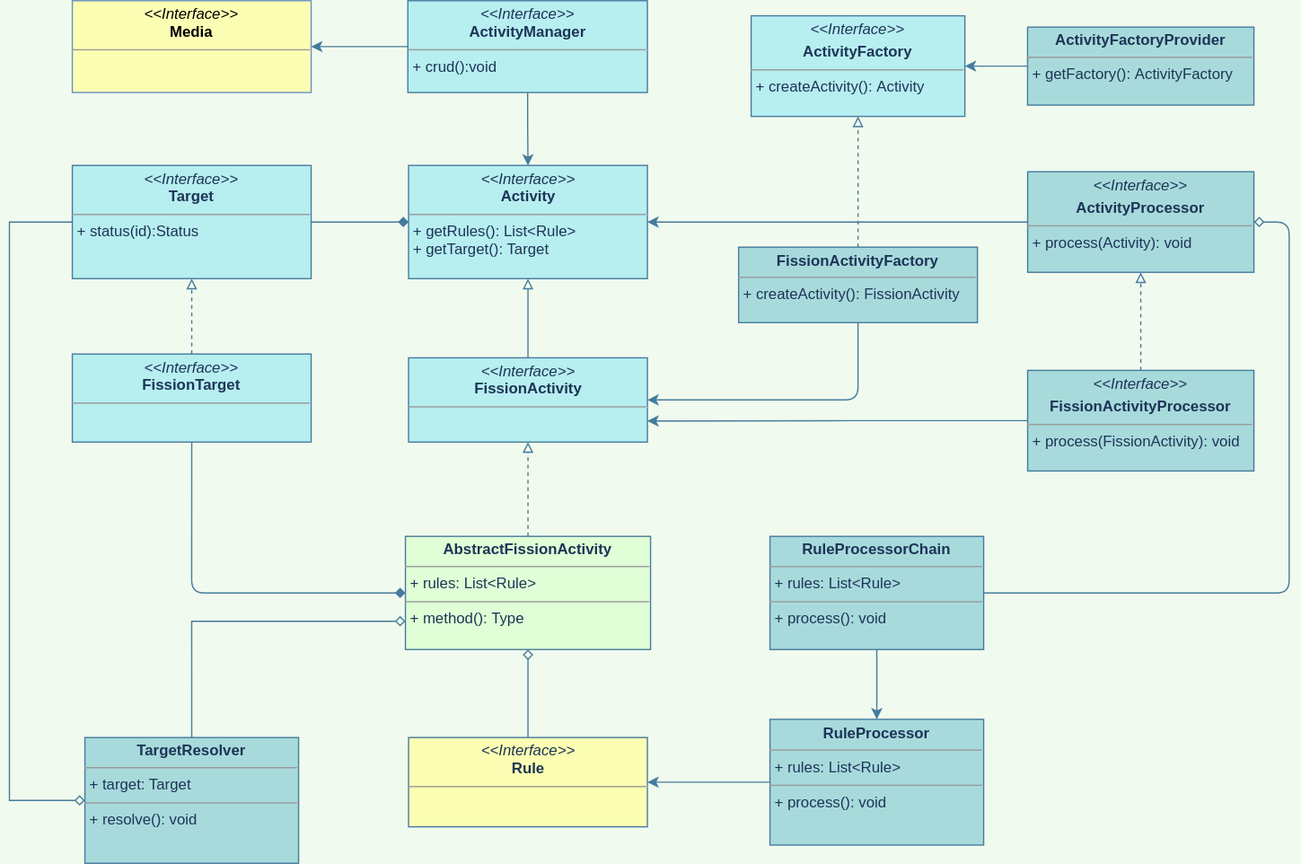
Before: fission activity.svg, a diagram exported from draw.io (jingwux/diagrams). Source tidied: cells renumbered, new cells last; positions are measured from the earlier drawing's top-left corner, leaving out a move shared by most shapes.
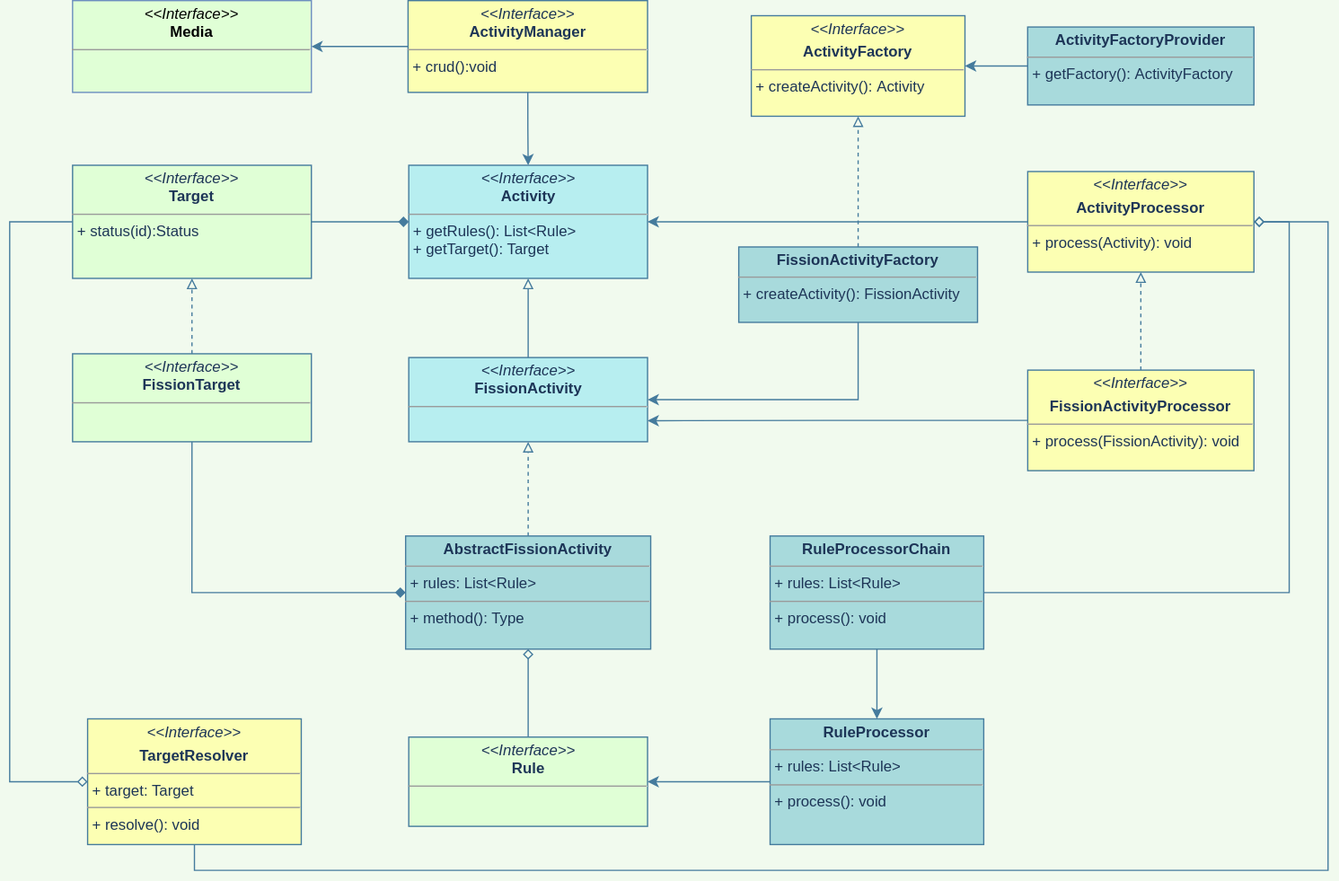
The same file after the commit.

Diff of the diagram source:
```diff
@@ -19,3 +19,3 @@
     </mxCell>
-    <mxCell id="7" style="edgeStyle=orthogonalEdgeStyle;rounded=1;jettySize=auto;html=1;entryX=0.5;entryY=1;entryDx=0;entryDy=0;endArrow=none;endFill=0;strokeColor=#457B9D;fontColor=#1D3557;startArrow=diamond;startFill=1;exitX=0;exitY=0.5;exitDx=0;exitDy=0;labelBackgroundColor=#F1FAEE;" parent="1" edge="1" source="11" target="13">
+    <mxCell id="7" style="edgeStyle=orthogonalEdgeStyle;rounded=0;jettySize=auto;html=1;entryX=0.5;entryY=1;entryDx=0;entryDy=0;endArrow=none;endFill=0;strokeColor=#457B9D;fontColor=#1D3557;startArrow=diamond;startFill=1;exitX=0;exitY=0.5;exitDx=0;exitDy=0;labelBackgroundColor=#F1FAEE;" parent="1" edge="1" source="11" target="13">
       <mxGeometry relative="1" as="geometry">
@@ -29,3 +29,3 @@
     </mxCell>
-    <mxCell id="9" style="edgeStyle=orthogonalEdgeStyle;rounded=1;jettySize=auto;html=1;exitX=1;exitY=0.5;exitDx=0;exitDy=0;entryX=1;entryY=0.5;entryDx=0;entryDy=0;fontColor=#1D3557;startArrow=diamond;startFill=0;endArrow=none;endFill=0;strokeColor=#457B9D;labelBackgroundColor=#F1FAEE;" parent="1" edge="1" source="27" target="20">
+    <mxCell id="9" style="edgeStyle=orthogonalEdgeStyle;rounded=0;jettySize=auto;html=1;exitX=1;exitY=0.5;exitDx=0;exitDy=0;entryX=1;entryY=0.5;entryDx=0;entryDy=0;fontColor=#1D3557;startArrow=diamond;startFill=0;endArrow=none;endFill=0;strokeColor=#457B9D;labelBackgroundColor=#F1FAEE;" parent="1" edge="1" source="27" target="20">
       <mxGeometry relative="1" as="geometry">
@@ -37,6 +37,12 @@
     </mxCell>
-    <mxCell id="10" style="edgeStyle=orthogonalEdgeStyle;rounded=0;jettySize=auto;html=1;exitX=0;exitY=0.75;exitDx=0;exitDy=0;entryX=0.5;entryY=0;entryDx=0;entryDy=0;startArrow=diamond;startFill=0;endArrow=none;endFill=0;strokeColor=#457B9D;fontColor=#1D3557;labelBackgroundColor=#F1FAEE;" parent="1" edge="1" source="11" target="25">
-      <mxGeometry relative="1" as="geometry" />
+    <mxCell id="10" style="edgeStyle=orthogonalEdgeStyle;rounded=0;jettySize=auto;html=1;exitX=1;exitY=0.5;exitDx=0;exitDy=0;entryX=0.5;entryY=1;entryDx=0;entryDy=0;startArrow=diamond;startFill=0;endArrow=none;endFill=0;strokeColor=#457B9D;fontColor=#1D3557;labelBackgroundColor=#F1FAEE;" parent="1" edge="1" source="27" target="25">
+      <mxGeometry relative="1" as="geometry">
+        <Array as="points">
+          <mxPoint x="1049" y="176" />
+          <mxPoint x="1049" y="692" />
+          <mxPoint x="147" y="692" />
+        </Array>
+      </mxGeometry>
     </mxCell>
-    <mxCell id="11" value="&lt;p style=&quot;margin: 0px ; margin-top: 4px ; text-align: center&quot;&gt;&lt;b&gt;AbstractFissionActivity&lt;/b&gt;&lt;/p&gt;&lt;hr size=&quot;1&quot;&gt;&lt;p style=&quot;margin: 0px ; margin-left: 4px&quot;&gt;+ rules: List&amp;lt;Rule&amp;gt;&lt;/p&gt;&lt;hr size=&quot;1&quot;&gt;&lt;p style=&quot;margin: 0px ; margin-left: 4px&quot;&gt;+ method(): Type&lt;/p&gt;" style="verticalAlign=top;align=left;overflow=fill;fontSize=12;fontFamily=Helvetica;html=1;strokeColor=#457B9D;fontColor=#1D3557;fillColor=#E0FFD6;" parent="1" vertex="1">
+    <mxCell id="11" value="&lt;p style=&quot;margin: 0px ; margin-top: 4px ; text-align: center&quot;&gt;&lt;b&gt;AbstractFissionActivity&lt;/b&gt;&lt;/p&gt;&lt;hr size=&quot;1&quot;&gt;&lt;p style=&quot;margin: 0px ; margin-left: 4px&quot;&gt;+ rules: List&amp;lt;Rule&amp;gt;&lt;/p&gt;&lt;hr size=&quot;1&quot;&gt;&lt;p style=&quot;margin: 0px ; margin-left: 4px&quot;&gt;+ method(): Type&lt;/p&gt;" style="verticalAlign=top;align=left;overflow=fill;fontSize=12;fontFamily=Helvetica;html=1;strokeColor=#457B9D;fontColor=#1D3557;fillColor=#A8DADC;" parent="1" vertex="1">
       <mxGeometry x="315" y="426" width="195" height="90" as="geometry" />
@@ -46,6 +52,6 @@
     </mxCell>
-    <mxCell id="13" value="&lt;p style=&quot;margin: 0px ; margin-top: 4px ; text-align: center&quot;&gt;&lt;i&gt;&amp;lt;&amp;lt;Interface&amp;gt;&amp;gt;&lt;/i&gt;&lt;br&gt;&lt;b&gt;FissionTarget&lt;/b&gt;&lt;/p&gt;&lt;hr size=&quot;1&quot;&gt;&lt;p style=&quot;margin: 0px ; margin-left: 4px&quot;&gt;&lt;/p&gt;&lt;p style=&quot;margin: 0px ; margin-left: 4px&quot;&gt;&lt;br&gt;&lt;/p&gt;" style="verticalAlign=top;align=left;overflow=fill;fontSize=12;fontFamily=Helvetica;html=1;strokeColor=#457B9D;fontColor=#1D3557;rounded=0;glass=0;sketch=0;fillColor=#B7EEF0;" parent="1" vertex="1">
+    <mxCell id="13" value="&lt;p style=&quot;margin: 0px ; margin-top: 4px ; text-align: center&quot;&gt;&lt;i&gt;&amp;lt;&amp;lt;Interface&amp;gt;&amp;gt;&lt;/i&gt;&lt;br&gt;&lt;b&gt;FissionTarget&lt;/b&gt;&lt;/p&gt;&lt;hr size=&quot;1&quot;&gt;&lt;p style=&quot;margin: 0px ; margin-left: 4px&quot;&gt;&lt;/p&gt;&lt;p style=&quot;margin: 0px ; margin-left: 4px&quot;&gt;&lt;br&gt;&lt;/p&gt;" style="verticalAlign=top;align=left;overflow=fill;fontSize=12;fontFamily=Helvetica;html=1;strokeColor=#457B9D;fontColor=#1D3557;rounded=0;glass=0;sketch=0;fillColor=#E0FFD6;" parent="1" vertex="1">
       <mxGeometry x="50" y="281" width="190" height="70" as="geometry" />
     </mxCell>
-    <mxCell id="14" style="edgeStyle=orthogonalEdgeStyle;rounded=1;jettySize=auto;html=1;entryX=1;entryY=0.5;entryDx=0;entryDy=0;fontColor=#1D3557;startArrow=none;startFill=0;endArrow=classic;endFill=1;strokeColor=#457B9D;labelBackgroundColor=#F1FAEE;exitX=0.5;exitY=1;exitDx=0;exitDy=0;" parent="1" edge="1" source="16" target="3">
+    <mxCell id="14" style="edgeStyle=orthogonalEdgeStyle;rounded=0;jettySize=auto;html=1;entryX=1;entryY=0.5;entryDx=0;entryDy=0;fontColor=#1D3557;startArrow=none;startFill=0;endArrow=classic;endFill=1;strokeColor=#457B9D;labelBackgroundColor=#F1FAEE;exitX=0.5;exitY=1;exitDx=0;exitDy=0;" parent="1" edge="1" source="16" target="3">
       <mxGeometry relative="1" as="geometry">
@@ -62,6 +68,6 @@
     </mxCell>
-    <mxCell id="17" value="&lt;p style=&quot;margin: 0px ; margin-top: 4px ; text-align: center&quot;&gt;&lt;i&gt;&amp;lt;&amp;lt;Interface&amp;gt;&amp;gt;&lt;/i&gt;&lt;br&gt;&lt;b&gt;Target&lt;/b&gt;&lt;/p&gt;&lt;hr size=&quot;1&quot;&gt;&lt;p style=&quot;margin: 0px ; margin-left: 4px&quot;&gt;&lt;/p&gt;&lt;p style=&quot;margin: 0px ; margin-left: 4px&quot;&gt;+ status(id):Status&lt;/p&gt;" style="verticalAlign=top;align=left;overflow=fill;fontSize=12;fontFamily=Helvetica;html=1;fontColor=#1D3557;rounded=0;glass=0;sketch=0;strokeColor=#457B9D;fillColor=#B7EEF0;" parent="1" vertex="1">
+    <mxCell id="17" value="&lt;p style=&quot;margin: 0px ; margin-top: 4px ; text-align: center&quot;&gt;&lt;i&gt;&amp;lt;&amp;lt;Interface&amp;gt;&amp;gt;&lt;/i&gt;&lt;br&gt;&lt;b&gt;Target&lt;/b&gt;&lt;/p&gt;&lt;hr size=&quot;1&quot;&gt;&lt;p style=&quot;margin: 0px ; margin-left: 4px&quot;&gt;&lt;/p&gt;&lt;p style=&quot;margin: 0px ; margin-left: 4px&quot;&gt;+ status(id):Status&lt;/p&gt;" style="verticalAlign=top;align=left;overflow=fill;fontSize=12;fontFamily=Helvetica;html=1;fontColor=#1D3557;rounded=0;glass=0;sketch=0;strokeColor=#457B9D;fillColor=#E0FFD6;" parent="1" vertex="1">
       <mxGeometry x="50" y="131" width="190" height="90" as="geometry" />
     </mxCell>
-    <mxCell id="18" value="&lt;p style=&quot;margin: 0px ; margin-top: 4px ; text-align: center&quot;&gt;&lt;i&gt;&amp;lt;&amp;lt;Interface&amp;gt;&amp;gt;&lt;/i&gt;&lt;br&gt;&lt;b&gt;Rule&lt;/b&gt;&lt;/p&gt;&lt;hr size=&quot;1&quot;&gt;&lt;p style=&quot;margin: 0px ; margin-left: 4px&quot;&gt;&lt;/p&gt;&lt;p style=&quot;margin: 0px ; margin-left: 4px&quot;&gt;&lt;br&gt;&lt;/p&gt;" style="verticalAlign=top;align=left;overflow=fill;fontSize=12;fontFamily=Helvetica;html=1;strokeColor=#457B9D;fontColor=#1D3557;rounded=0;glass=0;sketch=0;fillColor=#FCFFB3;" parent="1" vertex="1">
+    <mxCell id="18" value="&lt;p style=&quot;margin: 0px ; margin-top: 4px ; text-align: center&quot;&gt;&lt;i&gt;&amp;lt;&amp;lt;Interface&amp;gt;&amp;gt;&lt;/i&gt;&lt;br&gt;&lt;b&gt;Rule&lt;/b&gt;&lt;/p&gt;&lt;hr size=&quot;1&quot;&gt;&lt;p style=&quot;margin: 0px ; margin-left: 4px&quot;&gt;&lt;/p&gt;&lt;p style=&quot;margin: 0px ; margin-left: 4px&quot;&gt;&lt;br&gt;&lt;/p&gt;" style="verticalAlign=top;align=left;overflow=fill;fontSize=12;fontFamily=Helvetica;html=1;strokeColor=#457B9D;fontColor=#1D3557;rounded=0;glass=0;sketch=0;fillColor=#E0FFD6;" parent="1" vertex="1">
       <mxGeometry x="317.5" y="586" width="190" height="71" as="geometry" />
@@ -74,3 +80,3 @@
     </mxCell>
-    <mxCell id="21" value="&lt;p style=&quot;margin: 0px ; margin-top: 4px ; text-align: center&quot;&gt;&lt;i&gt;&amp;lt;&amp;lt;Interface&amp;gt;&amp;gt;&lt;/i&gt;&lt;br&gt;&lt;b&gt;Media&lt;/b&gt;&lt;/p&gt;&lt;hr size=&quot;1&quot;&gt;&lt;p style=&quot;margin: 0px ; margin-left: 4px&quot;&gt;&lt;/p&gt;&lt;p style=&quot;margin: 0px ; margin-left: 4px&quot;&gt;&lt;br&gt;&lt;/p&gt;" style="verticalAlign=top;align=left;overflow=fill;fontSize=12;fontFamily=Helvetica;html=1;strokeColor=#6c8ebf;sketch=0;fillColor=#FCFFB3;" parent="1" vertex="1">
+    <mxCell id="21" value="&lt;p style=&quot;margin: 0px ; margin-top: 4px ; text-align: center&quot;&gt;&lt;i&gt;&amp;lt;&amp;lt;Interface&amp;gt;&amp;gt;&lt;/i&gt;&lt;br&gt;&lt;b&gt;Media&lt;/b&gt;&lt;/p&gt;&lt;hr size=&quot;1&quot;&gt;&lt;p style=&quot;margin: 0px ; margin-left: 4px&quot;&gt;&lt;/p&gt;&lt;p style=&quot;margin: 0px ; margin-left: 4px&quot;&gt;&lt;br&gt;&lt;/p&gt;" style="verticalAlign=top;align=left;overflow=fill;fontSize=12;fontFamily=Helvetica;html=1;strokeColor=#6c8ebf;sketch=0;fillColor=#E0FFD6;" parent="1" vertex="1">
       <mxGeometry x="50" width="190" height="73" as="geometry" />
@@ -86,3 +92,3 @@
         <Array as="points">
-          <mxPoint y="636" />
+          <mxPoint y="622" />
           <mxPoint y="176" />
@@ -91,4 +97,4 @@
     </mxCell>
-    <mxCell id="25" value="&lt;p style=&quot;margin: 0px ; margin-top: 4px ; text-align: center&quot;&gt;&lt;b&gt;TargetResolver&lt;/b&gt;&lt;br&gt;&lt;/p&gt;&lt;hr size=&quot;1&quot;&gt;&lt;p style=&quot;margin: 0px ; margin-left: 4px&quot;&gt;+ target: Target&lt;/p&gt;&lt;hr size=&quot;1&quot;&gt;&lt;p style=&quot;margin: 0px ; margin-left: 4px&quot;&gt;+ resolve(): void&lt;/p&gt;" style="verticalAlign=top;align=left;overflow=fill;fontSize=12;fontFamily=Helvetica;html=1;rounded=0;fontColor=#1D3557;strokeColor=#457B9D;fillColor=#A8DADC;" parent="1" vertex="1">
-      <mxGeometry x="60" y="586" width="170" height="100" as="geometry" />
+    <mxCell id="25" value="&lt;p style=&quot;margin: 4px 0px 0px ; text-align: center&quot;&gt;&lt;i&gt;&amp;lt;&amp;lt;Interface&amp;gt;&amp;gt;&lt;/i&gt;&lt;span style=&quot;font-weight: 700&quot;&gt;&lt;br&gt;&lt;/span&gt;&lt;/p&gt;&lt;p style=&quot;margin: 0px ; margin-top: 4px ; text-align: center&quot;&gt;&lt;b&gt;TargetResolver&lt;/b&gt;&lt;br&gt;&lt;/p&gt;&lt;hr size=&quot;1&quot;&gt;&lt;p style=&quot;margin: 0px ; margin-left: 4px&quot;&gt;+ target: Target&lt;/p&gt;&lt;hr size=&quot;1&quot;&gt;&lt;p style=&quot;margin: 0px ; margin-left: 4px&quot;&gt;+ resolve(): void&lt;/p&gt;" style="verticalAlign=top;align=left;overflow=fill;fontSize=12;fontFamily=Helvetica;html=1;rounded=0;fontColor=#1D3557;strokeColor=#457B9D;fillColor=#FCFFB3;" parent="1" vertex="1">
+      <mxGeometry x="62" y="571.5" width="170" height="100" as="geometry" />
     </mxCell>
@@ -97,6 +103,6 @@
     </mxCell>
-    <mxCell id="27" value="&lt;p style=&quot;margin: 0px ; margin-top: 4px ; text-align: center&quot;&gt;&lt;i&gt;&amp;lt;&amp;lt;Interface&amp;gt;&amp;gt;&lt;/i&gt;&lt;span style=&quot;font-weight: 700&quot;&gt;&lt;br&gt;&lt;/span&gt;&lt;/p&gt;&lt;p style=&quot;margin: 0px ; margin-top: 4px ; text-align: center&quot;&gt;&lt;span style=&quot;font-weight: 700&quot;&gt;ActivityProcessor&lt;/span&gt;&lt;br&gt;&lt;/p&gt;&lt;hr size=&quot;1&quot;&gt;&lt;p style=&quot;margin: 0px ; margin-left: 4px&quot;&gt;&lt;/p&gt;&lt;p style=&quot;margin: 0px ; margin-left: 4px&quot;&gt;+ process(&lt;span&gt;Activity&lt;/span&gt;&lt;span&gt;): void&lt;/span&gt;&lt;/p&gt;" style="verticalAlign=top;align=left;overflow=fill;fontSize=12;fontFamily=Helvetica;html=1;fillColor=#A8DADC;strokeColor=#457B9D;fontColor=#1D3557;" parent="1" vertex="1">
+    <mxCell id="27" value="&lt;p style=&quot;margin: 0px ; margin-top: 4px ; text-align: center&quot;&gt;&lt;i&gt;&amp;lt;&amp;lt;Interface&amp;gt;&amp;gt;&lt;/i&gt;&lt;span style=&quot;font-weight: 700&quot;&gt;&lt;br&gt;&lt;/span&gt;&lt;/p&gt;&lt;p style=&quot;margin: 0px ; margin-top: 4px ; text-align: center&quot;&gt;&lt;span style=&quot;font-weight: 700&quot;&gt;ActivityProcessor&lt;/span&gt;&lt;br&gt;&lt;/p&gt;&lt;hr size=&quot;1&quot;&gt;&lt;p style=&quot;margin: 0px ; margin-left: 4px&quot;&gt;&lt;/p&gt;&lt;p style=&quot;margin: 0px ; margin-left: 4px&quot;&gt;+ process(&lt;span&gt;Activity&lt;/span&gt;&lt;span&gt;): void&lt;/span&gt;&lt;/p&gt;" style="verticalAlign=top;align=left;overflow=fill;fontSize=12;fontFamily=Helvetica;html=1;strokeColor=#457B9D;fontColor=#1D3557;fillColor=#FCFFB3;" parent="1" vertex="1">
       <mxGeometry x="810" y="136" width="180" height="80" as="geometry" />
     </mxCell>
-    <mxCell id="28" value="&lt;p style=&quot;margin: 0px ; margin-top: 4px ; text-align: center&quot;&gt;&lt;i&gt;&amp;lt;&amp;lt;Interface&amp;gt;&amp;gt;&lt;/i&gt;&lt;span style=&quot;font-weight: 700&quot;&gt;&lt;br&gt;&lt;/span&gt;&lt;/p&gt;&lt;p style=&quot;margin: 0px ; margin-top: 4px ; text-align: center&quot;&gt;&lt;span style=&quot;font-weight: 700&quot;&gt;ActivityFactory&lt;/span&gt;&lt;br&gt;&lt;/p&gt;&lt;hr size=&quot;1&quot;&gt;&lt;p style=&quot;margin: 0px ; margin-left: 4px&quot;&gt;&lt;/p&gt;&lt;p style=&quot;margin: 0px ; margin-left: 4px&quot;&gt;+ createActivity():&amp;nbsp;&lt;span&gt;Activity&lt;/span&gt;&lt;/p&gt;&lt;p style=&quot;margin: 0px ; margin-left: 4px&quot;&gt;&lt;br&gt;&lt;/p&gt;" style="verticalAlign=top;align=left;overflow=fill;fontSize=12;fontFamily=Helvetica;html=1;strokeColor=#457B9D;fontColor=#1D3557;sketch=0;fillColor=#B7EEF0;" parent="1" vertex="1">
+    <mxCell id="28" value="&lt;p style=&quot;margin: 0px ; margin-top: 4px ; text-align: center&quot;&gt;&lt;i&gt;&amp;lt;&amp;lt;Interface&amp;gt;&amp;gt;&lt;/i&gt;&lt;span style=&quot;font-weight: 700&quot;&gt;&lt;br&gt;&lt;/span&gt;&lt;/p&gt;&lt;p style=&quot;margin: 0px ; margin-top: 4px ; text-align: center&quot;&gt;&lt;span style=&quot;font-weight: 700&quot;&gt;ActivityFactory&lt;/span&gt;&lt;br&gt;&lt;/p&gt;&lt;hr size=&quot;1&quot;&gt;&lt;p style=&quot;margin: 0px ; margin-left: 4px&quot;&gt;&lt;/p&gt;&lt;p style=&quot;margin: 0px ; margin-left: 4px&quot;&gt;+ createActivity():&amp;nbsp;&lt;span&gt;Activity&lt;/span&gt;&lt;/p&gt;&lt;p style=&quot;margin: 0px ; margin-left: 4px&quot;&gt;&lt;br&gt;&lt;/p&gt;" style="verticalAlign=top;align=left;overflow=fill;fontSize=12;fontFamily=Helvetica;html=1;strokeColor=#457B9D;fontColor=#1D3557;sketch=0;fillColor=#FCFFB3;" parent="1" vertex="1">
       <mxGeometry x="590.1" y="12" width="170" height="80" as="geometry" />
@@ -109,3 +115,3 @@
     </mxCell>
-    <mxCell id="31" value="&lt;p style=&quot;margin: 0px ; margin-top: 4px ; text-align: center&quot;&gt;&lt;i&gt;&amp;lt;&amp;lt;Interface&amp;gt;&amp;gt;&lt;/i&gt;&lt;span style=&quot;font-weight: 700&quot;&gt;&lt;br&gt;&lt;/span&gt;&lt;/p&gt;&lt;p style=&quot;margin: 0px ; margin-top: 4px ; text-align: center&quot;&gt;&lt;span style=&quot;font-weight: 700&quot;&gt;FissionActivityProcessor&lt;/span&gt;&lt;br&gt;&lt;/p&gt;&lt;hr size=&quot;1&quot;&gt;&lt;p style=&quot;margin: 0px ; margin-left: 4px&quot;&gt;&lt;/p&gt;&lt;p style=&quot;margin: 0px ; margin-left: 4px&quot;&gt;+ process(&lt;span&gt;FissionActivity): void&lt;/span&gt;&lt;br&gt;&lt;/p&gt;" style="verticalAlign=top;align=left;overflow=fill;fontSize=12;fontFamily=Helvetica;html=1;fillColor=#A8DADC;strokeColor=#457B9D;fontColor=#1D3557;" parent="1" vertex="1">
+    <mxCell id="31" value="&lt;p style=&quot;margin: 0px ; margin-top: 4px ; text-align: center&quot;&gt;&lt;i&gt;&amp;lt;&amp;lt;Interface&amp;gt;&amp;gt;&lt;/i&gt;&lt;span style=&quot;font-weight: 700&quot;&gt;&lt;br&gt;&lt;/span&gt;&lt;/p&gt;&lt;p style=&quot;margin: 0px ; margin-top: 4px ; text-align: center&quot;&gt;&lt;span style=&quot;font-weight: 700&quot;&gt;FissionActivityProcessor&lt;/span&gt;&lt;br&gt;&lt;/p&gt;&lt;hr size=&quot;1&quot;&gt;&lt;p style=&quot;margin: 0px ; margin-left: 4px&quot;&gt;&lt;/p&gt;&lt;p style=&quot;margin: 0px ; margin-left: 4px&quot;&gt;+ process(&lt;span&gt;FissionActivity): void&lt;/span&gt;&lt;br&gt;&lt;/p&gt;" style="verticalAlign=top;align=left;overflow=fill;fontSize=12;fontFamily=Helvetica;html=1;strokeColor=#457B9D;fontColor=#1D3557;fillColor=#FCFFB3;" parent="1" vertex="1">
       <mxGeometry x="810" y="294" width="180" height="80" as="geometry" />
@@ -124,3 +130,3 @@
     </mxCell>
-    <mxCell id="36" value="&lt;p style=&quot;margin: 0px ; margin-top: 4px ; text-align: center&quot;&gt;&lt;i&gt;&amp;lt;&amp;lt;Interface&amp;gt;&amp;gt;&lt;/i&gt;&lt;br&gt;&lt;b&gt;ActivityManager&lt;/b&gt;&lt;/p&gt;&lt;hr size=&quot;1&quot;&gt;&lt;p style=&quot;margin: 0px ; margin-left: 4px&quot;&gt;&lt;/p&gt;&lt;p style=&quot;margin: 0px ; margin-left: 4px&quot;&gt;+ crud():void&lt;/p&gt;" style="verticalAlign=top;align=left;overflow=fill;fontSize=12;fontFamily=Helvetica;html=1;strokeColor=#457B9D;fontColor=#1D3557;sketch=0;fillColor=#B7EEF0;" parent="1" vertex="1">
+    <mxCell id="36" value="&lt;p style=&quot;margin: 0px ; margin-top: 4px ; text-align: center&quot;&gt;&lt;i&gt;&amp;lt;&amp;lt;Interface&amp;gt;&amp;gt;&lt;/i&gt;&lt;br&gt;&lt;b&gt;ActivityManager&lt;/b&gt;&lt;/p&gt;&lt;hr size=&quot;1&quot;&gt;&lt;p style=&quot;margin: 0px ; margin-left: 4px&quot;&gt;&lt;/p&gt;&lt;p style=&quot;margin: 0px ; margin-left: 4px&quot;&gt;+ crud():void&lt;/p&gt;" style="verticalAlign=top;align=left;overflow=fill;fontSize=12;fontFamily=Helvetica;html=1;strokeColor=#457B9D;fontColor=#1D3557;sketch=0;fillColor=#FCFFB3;" parent="1" vertex="1">
       <mxGeometry x="317" width="190.6" height="73" as="geometry" />
```
